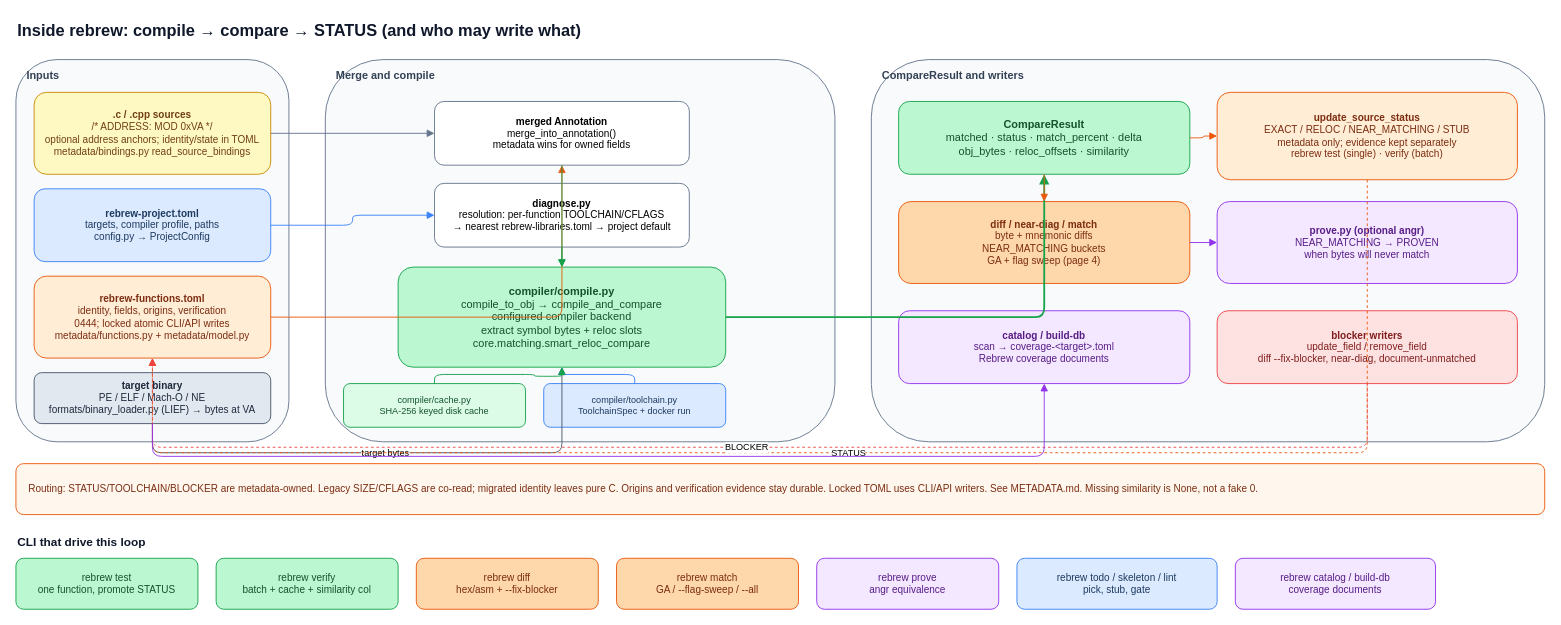
Before: page "2. Compile-compare loop" (2 of 6) of docs/architecture.drawio in maci0/rebrew, a draw.io diagram. Source tidied: cells renumbered, new cells numbered last; positions are measured from the earlier drawing's top-left corner, leaving out a move shared by most shapes. Both pictures are drawn from the tidied source at 91%, with x=0, y=0 at pixel (15, 15).
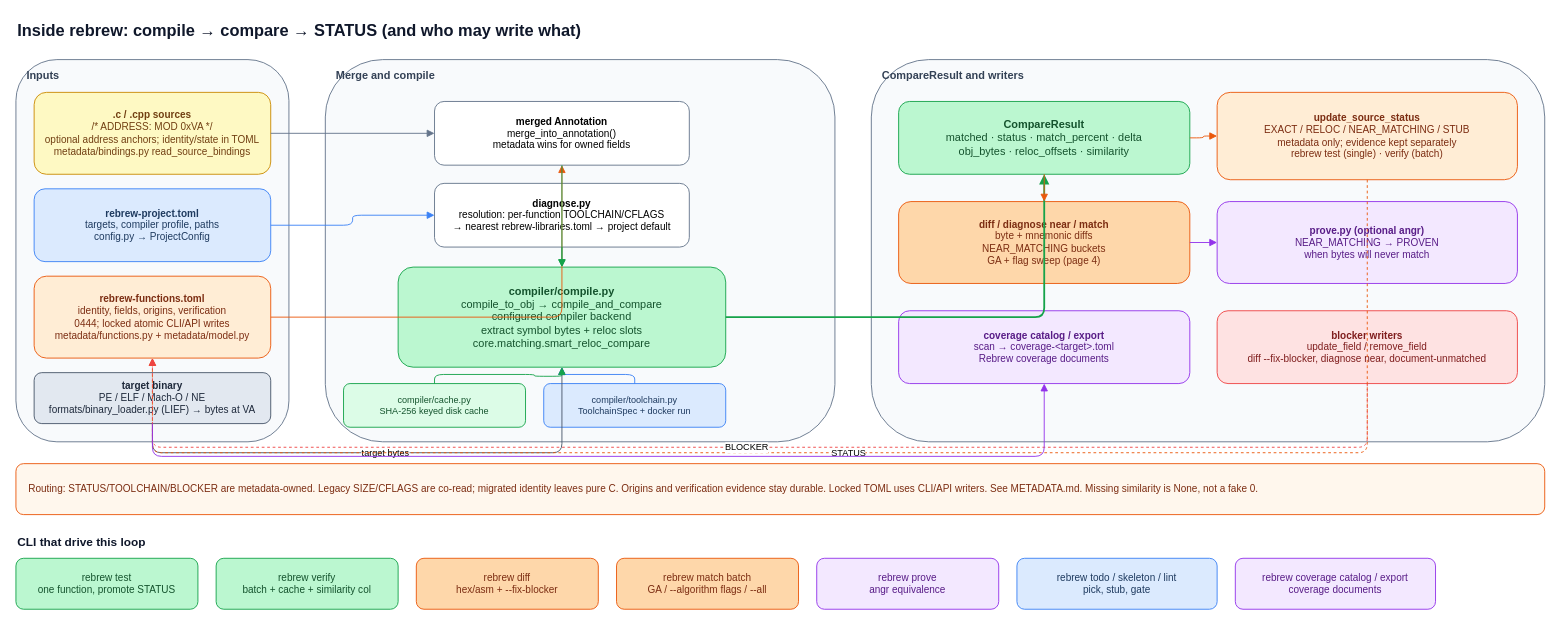
Above is the later version.

What changed in the source:
```diff
@@
-    <mxCell id="17" value="&lt;b&gt;diff / near-diag / match&lt;/b&gt;&lt;br&gt;byte + mnemonic diffs&lt;br&gt;NEAR_MATCHING buckets&lt;br&gt;GA + flag sweep (page 4)" style="rounded=1;whiteSpace=wrap;html=1;fillColor=#fed7aa;strokeColor=#ea580c;fontColor=#7c2d12;align=center;fontSize=11;" parent="1" vertex="1">
+    <mxCell id="17" value="&lt;b&gt;diff / diagnose near / match&lt;/b&gt;&lt;br&gt;byte + mnemonic diffs&lt;br&gt;NEAR_MATCHING buckets&lt;br&gt;GA + flag sweep (page 4)" style="rounded=1;whiteSpace=wrap;html=1;fillColor=#fed7aa;strokeColor=#ea580c;fontColor=#7c2d12;align=center;fontSize=11;" parent="1" vertex="1">
       <mxGeometry x="970" y="204" width="320" height="90" as="geometry" />
     </mxCell>
@@
-    <mxCell id="19" value="&lt;b&gt;catalog / build-db&lt;/b&gt;&lt;br&gt;scan → coverage-&amp;lt;target&amp;gt;.toml&lt;br&gt;Rebrew coverage documents" style="rounded=1;whiteSpace=wrap;html=1;fillColor=#f3e8ff;strokeColor=#9333ea;fontColor=#581c87;align=center;fontSize=11;" parent="1" vertex="1">
+    <mxCell id="19" value="&lt;b&gt;coverage catalog / export&lt;/b&gt;&lt;br&gt;scan → coverage-&amp;lt;target&amp;gt;.toml&lt;br&gt;Rebrew coverage documents" style="rounded=1;whiteSpace=wrap;html=1;fillColor=#f3e8ff;strokeColor=#9333ea;fontColor=#581c87;align=center;fontSize=11;" parent="1" vertex="1">
       <mxGeometry x="970" y="324" width="320" height="80" as="geometry" />
     </mxCell>
-    <mxCell id="20" value="&lt;b&gt;blocker writers&lt;/b&gt;&lt;br&gt;update_field / remove_field&lt;br&gt;diff --fix-blocker, near-diag, document-unmatched" style="rounded=1;whiteSpace=wrap;html=1;fillColor=#fee2e2;strokeColor=#ef4444;fontColor=#7f1d1d;align=center;fontSize=11;" parent="1" vertex="1">
+    <mxCell id="20" value="&lt;b&gt;blocker writers&lt;/b&gt;&lt;br&gt;update_field / remove_field&lt;br&gt;diff --fix-blocker, diagnose near, document-unmatched" style="rounded=1;whiteSpace=wrap;html=1;fillColor=#fee2e2;strokeColor=#ef4444;fontColor=#7f1d1d;align=center;fontSize=11;" parent="1" vertex="1">
       <mxGeometry x="1320" y="324" width="330" height="80" as="geometry" />
     </mxCell>
@@
-    <mxCell id="41" value="rebrew match&lt;br&gt;GA / --flag-sweep / --all" style="rounded=1;whiteSpace=wrap;html=1;fillColor=#fed7aa;strokeColor=#ea580c;fontColor=#7c2d12;align=center;fontSize=11;" parent="1" vertex="1">
+    <mxCell id="41" value="rebrew match batch&lt;br&gt;GA / --algorithm flags / --all" style="rounded=1;whiteSpace=wrap;html=1;fillColor=#fed7aa;strokeColor=#ea580c;fontColor=#7c2d12;align=center;fontSize=11;" parent="1" vertex="1">
       <mxGeometry x="660" y="596" width="200" height="56" as="geometry" />
     </mxCell>
@@
-    <mxCell id="44" value="rebrew catalog / build-db&lt;br&gt;coverage documents" style="rounded=1;whiteSpace=wrap;html=1;fillColor=#f3e8ff;strokeColor=#9333ea;fontColor=#581c87;align=center;fontSize=11;" parent="1" vertex="1">
+    <mxCell id="44" value="rebrew coverage catalog / export&lt;br&gt;coverage documents" style="rounded=1;whiteSpace=wrap;html=1;fillColor=#f3e8ff;strokeColor=#9333ea;fontColor=#581c87;align=center;fontSize=11;" parent="1" vertex="1">
       <mxGeometry x="1340" y="596" width="220" height="56" as="geometry" />
     </mxCell>
```
